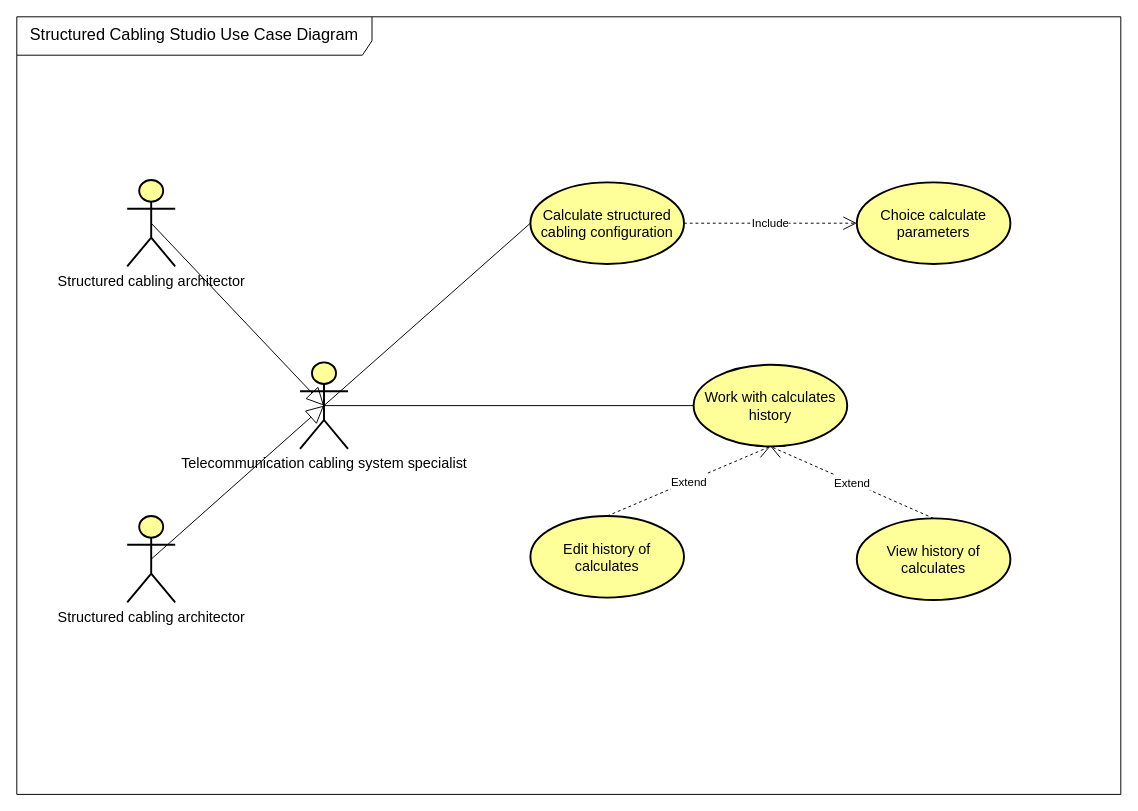
The draw.io diagram Diagrams/Structured_Cabling_Studio_UseCase_Diagram.drawio.xml in Rhoxolan/Structured-Cabling-Studio, before the edit. Source tidied: cells renumbered, new cells numbered last; positions are measured from the earlier drawing's top-left corner, leaving out a move shared by most shapes. Both pictures are drawn from the tidied source at 96%, with x=0, y=0 at pixel (16, 16).
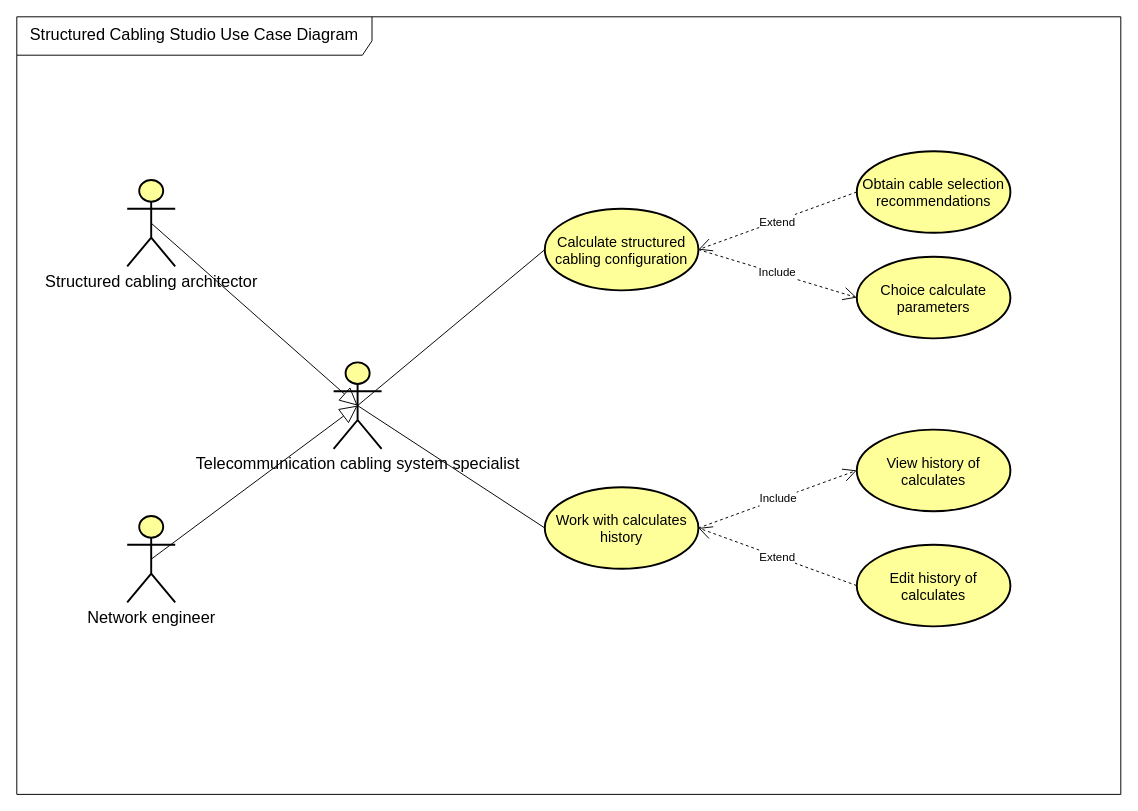
Above is the later version.

Diff of the diagram source:
```diff
@@
-    <mxCell id="3" value="&lt;font style=&quot;font-size: 15px;&quot;&gt;Structured cabling architector&lt;/font&gt;" style="shape=umlActor;verticalLabelPosition=bottom;verticalAlign=top;html=1;fillColor=#FFFF99;strokeWidth=2;" parent="1" vertex="1">
+    <mxCell id="3" value="&lt;font style=&quot;font-size: 17px;&quot;&gt;Structured cabling architector&lt;/font&gt;" style="shape=umlActor;verticalLabelPosition=bottom;verticalAlign=top;html=1;fillColor=#FFFF99;strokeWidth=2;" parent="1" vertex="1">
       <mxGeometry x="115" y="170" width="50" height="90" as="geometry" />
     </mxCell>
-    <mxCell id="4" value="&lt;font style=&quot;font-size: 15px;&quot;&gt;Structured cabling architector&lt;/font&gt;" style="shape=umlActor;verticalLabelPosition=bottom;verticalAlign=top;html=1;fillColor=#FFFF99;strokeWidth=2;" parent="1" vertex="1">
+    <mxCell id="4" value="&lt;font style=&quot;font-size: 17px;&quot;&gt;Network engineer&lt;/font&gt;" style="shape=umlActor;verticalLabelPosition=bottom;verticalAlign=top;html=1;fillColor=#FFFF99;strokeWidth=2;" parent="1" vertex="1">
       <mxGeometry x="115" y="520" width="50" height="90" as="geometry" />
     </mxCell>
@@
-    <mxCell id="7" value="&lt;font style=&quot;font-size: 15px;&quot;&gt;Telecommunication cabling system specialist&lt;/font&gt;" style="shape=umlActor;verticalLabelPosition=bottom;verticalAlign=top;html=1;fillColor=#FFFF99;strokeWidth=2;" parent="1" vertex="1">
-      <mxGeometry x="295" y="360" width="50" height="90" as="geometry" />
+    <mxCell id="7" value="&lt;font style=&quot;font-size: 17px;&quot;&gt;Telecommunication cabling system specialist&lt;/font&gt;" style="shape=umlActor;verticalLabelPosition=bottom;verticalAlign=top;html=1;fillColor=#FFFF99;strokeWidth=2;" parent="1" vertex="1">
+      <mxGeometry x="330" y="360" width="50" height="90" as="geometry" />
     </mxCell>
     <mxCell id="8" value="&lt;font style=&quot;font-size: 15px;&quot;&gt;Calculate structured cabling configuration&lt;/font&gt;" style="ellipse;whiteSpace=wrap;html=1;strokeWidth=2;fillColor=#FFFF99;" parent="1" vertex="1">
-      <mxGeometry x="535" y="172.5" width="160" height="85" as="geometry" />
+      <mxGeometry x="550" y="200" width="160" height="85" as="geometry" />
     </mxCell>
     <mxCell id="9" value="&lt;font style=&quot;font-size: 15px;&quot;&gt;Choice calculate parameters&lt;/font&gt;" style="ellipse;whiteSpace=wrap;html=1;strokeWidth=2;fillColor=#FFFF99;" parent="1" vertex="1">
-      <mxGeometry x="875" y="172.5" width="160" height="85" as="geometry" />
+      <mxGeometry x="875" y="250" width="160" height="85" as="geometry" />
     </mxCell>
@@
     <mxCell id="14" value="&lt;font style=&quot;font-size: 15px;&quot;&gt;Work with calculates history&lt;/font&gt;" style="ellipse;whiteSpace=wrap;html=1;strokeWidth=2;fillColor=#FFFF99;" parent="1" vertex="1">
-      <mxGeometry x="705" y="362.5" width="160" height="85" as="geometry" />
+      <mxGeometry x="550" y="490" width="160" height="85" as="geometry" />
     </mxCell>
@@
     <mxCell id="18" value="&lt;font style=&quot;font-size: 15px;&quot;&gt;Edit history of calculates&lt;/font&gt;" style="ellipse;whiteSpace=wrap;html=1;strokeWidth=2;fillColor=#FFFF99;" parent="1" vertex="1">
-      <mxGeometry x="535" y="520" width="160" height="85" as="geometry" />
+      <mxGeometry x="875" y="550" width="160" height="85" as="geometry" />
     </mxCell>
     <mxCell id="19" value="&lt;font style=&quot;font-size: 15px;&quot;&gt;View history of calculates&lt;/font&gt;" style="ellipse;whiteSpace=wrap;html=1;strokeWidth=2;fillColor=#FFFF99;" parent="1" vertex="1">
-      <mxGeometry x="875" y="522.5" width="160" height="85" as="geometry" />
+      <mxGeometry x="875" y="430" width="160" height="85" as="geometry" />
     </mxCell>
-    <mxCell id="20" value="&lt;span style=&quot;font-size: 12px;&quot;&gt;Extend&lt;br&gt;&lt;/span&gt;" style="endArrow=open;endSize=12;dashed=1;html=1;rounded=0;fontSize=17;exitX=0.5;exitY=0;exitDx=0;exitDy=0;entryX=0.5;entryY=1;entryDx=0;entryDy=0;" parent="1" edge="1" source="18" target="14">
+    <mxCell id="20" value="&lt;span style=&quot;font-size: 12px;&quot;&gt;Extend&lt;br&gt;&lt;/span&gt;" style="endArrow=open;endSize=12;dashed=1;html=1;rounded=0;fontSize=17;exitX=0;exitY=0.5;exitDx=0;exitDy=0;entryX=1;entryY=0.5;entryDx=0;entryDy=0;" parent="1" edge="1" source="18" target="14">
       <mxGeometry relative="1" as="geometry" />
     </mxCell>
-    <mxCell id="21" value="&lt;span style=&quot;font-size: 12px;&quot;&gt;Extend&lt;br&gt;&lt;/span&gt;" style="endArrow=open;endSize=12;dashed=1;html=1;rounded=0;fontSize=17;exitX=0.5;exitY=0;exitDx=0;exitDy=0;entryX=0.5;entryY=1;entryDx=0;entryDy=0;" parent="1" edge="1" source="19" target="14">
+    <mxCell id="21" value="&lt;span style=&quot;font-size: 12px;&quot;&gt;Extend&lt;br&gt;&lt;/span&gt;" style="endArrow=open;endSize=12;dashed=1;html=1;rounded=0;fontSize=17;exitX=0;exitY=0.5;exitDx=0;exitDy=0;entryX=1;entryY=0.5;entryDx=0;entryDy=0;" parent="1" edge="1" source="22" target="8">
       <mxGeometry relative="1" as="geometry" />
     </mxCell>
+    <mxCell id="22" value="&lt;font style=&quot;font-size: 15px;&quot;&gt;Obtain cable selection recommendations&lt;/font&gt;" style="ellipse;whiteSpace=wrap;html=1;strokeWidth=2;fillColor=#FFFF99;" parent="1" vertex="1">
+      <mxGeometry x="875" y="140" width="160" height="85" as="geometry" />
+    </mxCell>
+    <mxCell id="23" value="&lt;font style=&quot;font-size: 12px;&quot;&gt;Include&lt;/font&gt;" style="endArrow=open;endSize=12;dashed=1;html=1;rounded=0;exitX=1;exitY=0.5;exitDx=0;exitDy=0;entryX=0;entryY=0.5;entryDx=0;entryDy=0;" parent="1" edge="1" source="14" target="19">
+      <mxGeometry relative="1" as="geometry" />
+    </mxCell>
```
